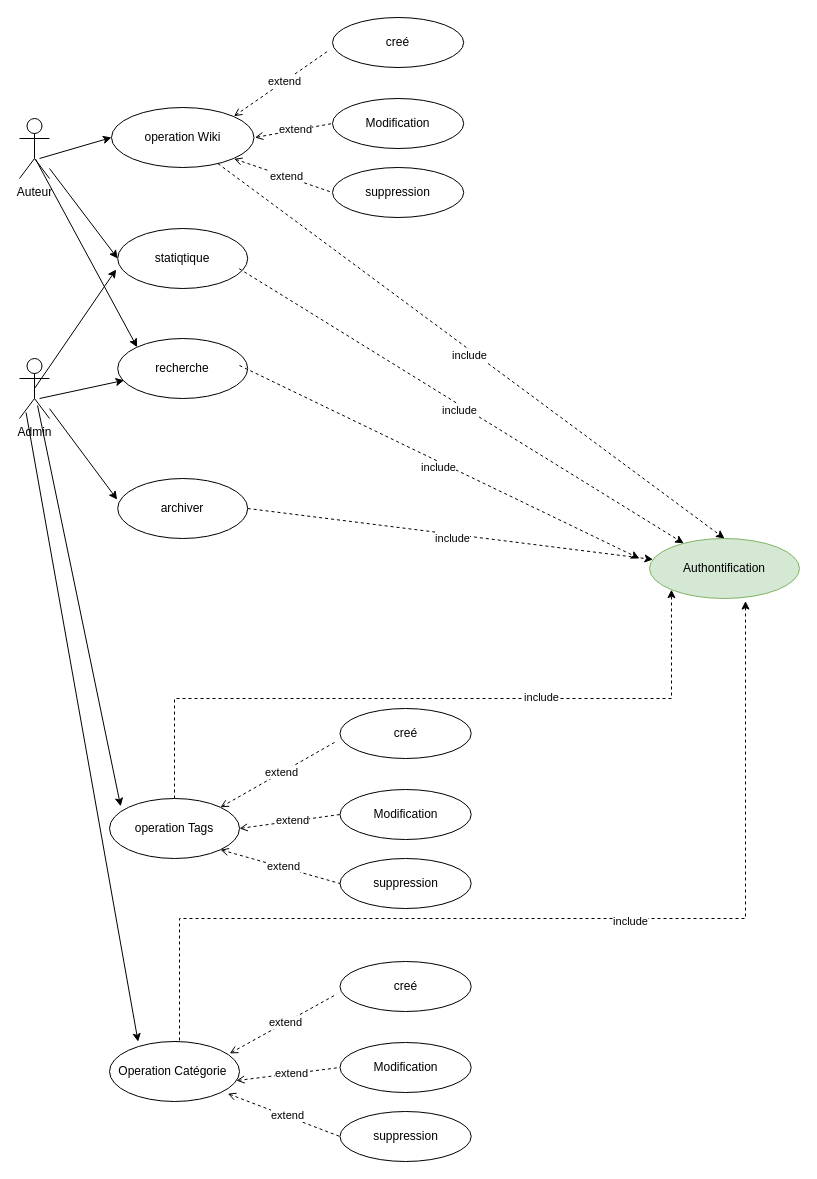
Before: PJ/UML/UseCasse.drawio in ouchin55edcx/wikis, a draw.io diagram. Source tidied: cells renumbered, new cells numbered last; positions are measured from the earlier drawing's top-left corner, leaving out a move shared by most shapes. Both pictures are drawn from the tidied source at 100%, with x=0, y=0 at pixel (19, 17).
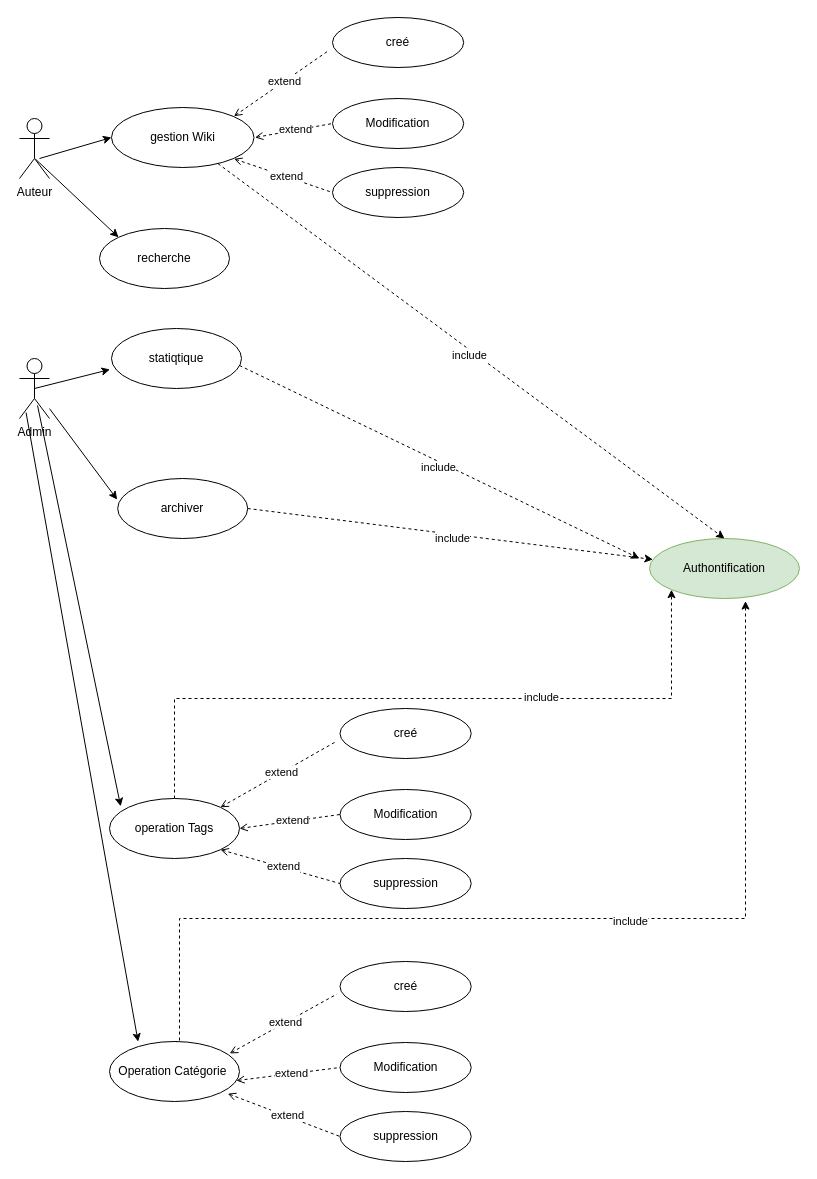
The same diagram, later.

The change refers to these unchanged cells:
```xml
<mxCell id="3" value="Admin" style="shape=umlActor;verticalLabelPosition=bottom;verticalAlign=top;html=1;" parent="1" vertex="1">
  <mxGeometry y="341" width="30" height="60" as="geometry" />
</mxCell>
<mxCell id="4" value="Authontification" style="ellipse;whiteSpace=wrap;html=1;fillColor=#d5e8d4;strokeColor=#82b366;" parent="1" vertex="1">
  <mxGeometry x="630" y="521" width="150" height="60" as="geometry" />
</mxCell>
```

What changed in the source:
```diff
@@
-    <mxCell id="5" value="operation Wiki" style="ellipse;whiteSpace=wrap;html=1;" parent="1" vertex="1">
+    <mxCell id="5" value="gestion Wiki" style="ellipse;whiteSpace=wrap;html=1;" parent="1" vertex="1">
       <mxGeometry x="92" y="90" width="142.5" height="60" as="geometry" />
     </mxCell>
@@
     <mxCell id="16" value="recherche&lt;br&gt;" style="ellipse;whiteSpace=wrap;html=1;" parent="1" vertex="1">
-      <mxGeometry x="98.2" y="321" width="130" height="60" as="geometry" />
+      <mxGeometry x="80" y="211" width="130" height="60" as="geometry" />
     </mxCell>
@@
     <mxCell id="18" value="statiqtique" style="ellipse;whiteSpace=wrap;html=1;" parent="1" vertex="1">
-      <mxGeometry x="98.2" y="211" width="130" height="60" as="geometry" />
+      <mxGeometry x="92" y="311" width="130" height="60" as="geometry" />
     </mxCell>
-    <mxCell id="19" style="endArrow=classic;html=1;rounded=0;entryX=0;entryY=0.5;entryDx=0;entryDy=0;" parent="1" edge="1" target="18">
-      <mxGeometry relative="1" as="geometry">
-        <mxPoint x="30" y="151" as="sourcePoint" />
-      </mxGeometry>
-    </mxCell>
@@
-    <mxCell id="21" style="endArrow=classic;html=1;rounded=0;entryX=0.049;entryY=0.697;entryDx=0;entryDy=0;entryPerimeter=0;exitX=0.667;exitY=0.667;exitDx=0;exitDy=0;exitPerimeter=0;" parent="1" edge="1" source="3" target="16">
-      <mxGeometry relative="1" as="geometry" />
-    </mxCell>
@@
-    <mxCell id="52" style="endArrow=classic;html=1;rounded=0;dashed=1;" parent="1" edge="1" target="4">
-      <mxGeometry relative="1" as="geometry">
-        <mxPoint x="219.7" y="251.2" as="sourcePoint" />
-      </mxGeometry>
-    </mxCell>
-    <mxCell id="53" value="include" style="edgeLabel;html=1;align=center;verticalAlign=middle;" parent="52" vertex="1">
-      <mxGeometry y="-4" relative="1" as="geometry">
-        <mxPoint y="1" as="offset" />
-      </mxGeometry>
-    </mxCell>
```
